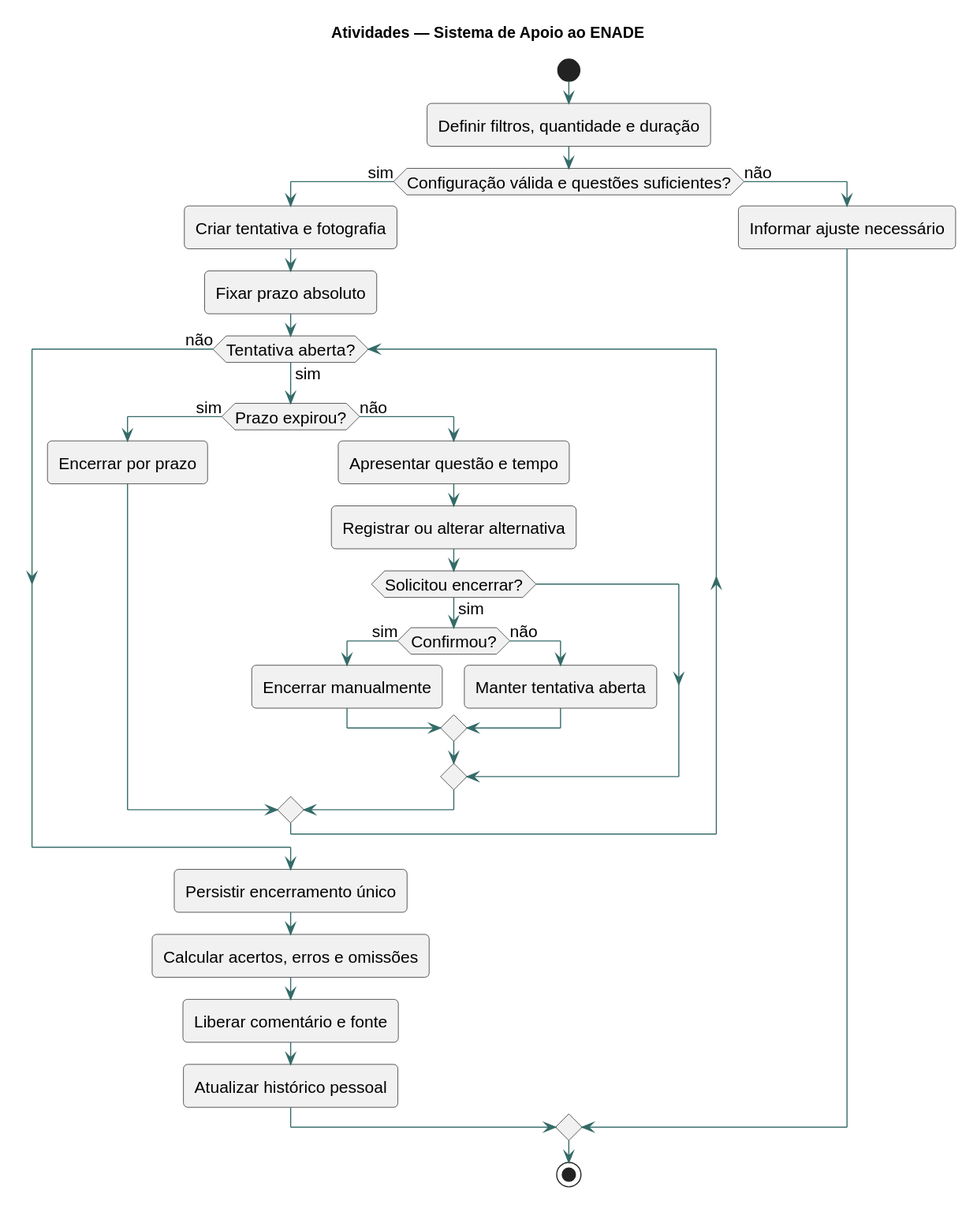
This is Requisitos/Artefatos/SistemaApoioENADE/UML/Atividades.svg from SamirMaia91/requisitos-20262--grupo2, a PlantUML export, as it was before one commit. The source it was exported from:
```plantuml
@startuml
skinparam backgroundColor #FFFFFF
skinparam defaultFontName SansSerif
skinparam defaultFontSize 15
skinparam shadowing false
skinparam ArrowColor #346B68
skinparam componentStyle uml2
skinparam roundcorner 8
skinparam classBackgroundColor #F1F7F6
skinparam usecaseBackgroundColor #F1F7F6
skinparam componentBackgroundColor #F1F7F6
skinparam nodeBackgroundColor #F1F7F6
skinparam sequenceMessageAlign center
title Atividades — Sistema de Apoio ao ENADE
start
:Definir filtros, quantidade e duração;
if (Configuração válida e questões suficientes?) then (sim)
 :Criar tentativa e fotografia;
 :Fixar prazo absoluto;
 while (Tentativa aberta?) is (sim)
  if (Prazo expirou?) then (sim)
   :Encerrar por prazo;
  else (não)
   :Apresentar questão e tempo;
   :Registrar ou alterar alternativa;
   if (Solicitou encerrar?) then (sim)
    if (Confirmou?) then (sim)
     :Encerrar manualmente;
    else (não)
     :Manter tentativa aberta;
    endif
   endif
  endif
 endwhile (não)
 :Persistir encerramento único;
 :Calcular acertos, erros e omissões;
 :Liberar comentário e fonte;
 :Atualizar histórico pessoal;
else (não)
 :Informar ajuste necessário;
endif
stop
@enduml
```
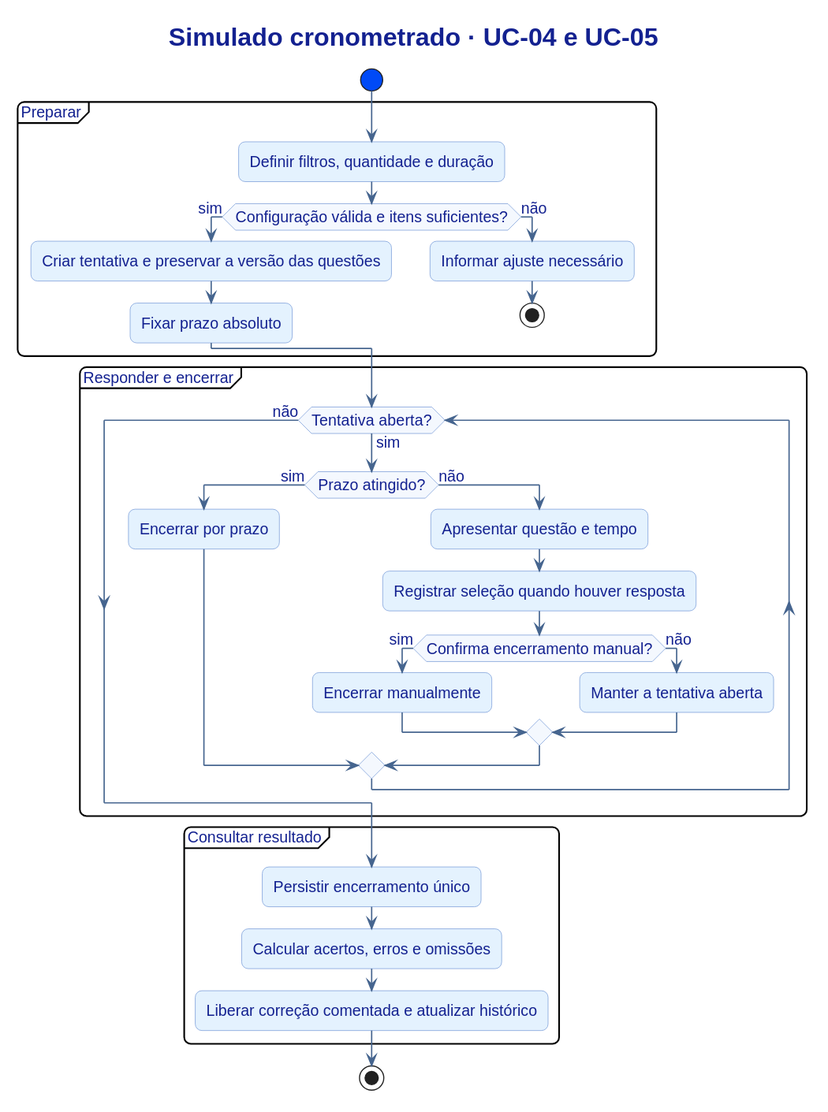
Later version of the same file.

The edit, as a diff of the source:
```diff
@@ -1,43 +1,77 @@
 @startuml
 skinparam backgroundColor #FFFFFF
-skinparam defaultFontName SansSerif
-skinparam defaultFontSize 15
+skinparam defaultFontName Arial
+skinparam defaultFontSize 14
+skinparam defaultFontColor #132190
+skinparam titleFontColor #132190
+skinparam titleFontSize 23
 skinparam shadowing false
-skinparam ArrowColor #346B68
-skinparam componentStyle uml2
-skinparam roundcorner 8
-skinparam classBackgroundColor #F1F7F6
-skinparam usecaseBackgroundColor #F1F7F6
-skinparam componentBackgroundColor #F1F7F6
-skinparam nodeBackgroundColor #F1F7F6
+skinparam ArrowColor #46658F
+skinparam ArrowThickness 1.2
+skinparam roundcorner 12
+skinparam BorderColor #87A8DE
+skinparam actorBorderColor #132190
+skinparam actorFontColor #132190
+skinparam actorBackgroundColor #E4F2FE
+skinparam packageBorderColor #87A8DE
+skinparam packageBackgroundColor #F7FAFF
+skinparam rectangleBorderColor #87A8DE
+skinparam rectangleBackgroundColor #FFFFFF
+skinparam usecaseBorderColor #7096D6
+skinparam usecaseBackgroundColor #E4F2FE
+skinparam classBackgroundColor #F4F8FE
+skinparam classBorderColor #7096D6
+skinparam componentBackgroundColor #E4F2FE
+skinparam componentBorderColor #7096D6
+skinparam nodeBackgroundColor #F4F8FE
+skinparam nodeBorderColor #7096D6
+skinparam databaseBackgroundColor #E4F2FE
+skinparam databaseBorderColor #7096D6
+skinparam noteBackgroundColor #F7FAFF
+skinparam noteBorderColor #87A8DE
+skinparam sequenceGroupBorderColor #87A8DE
+skinparam sequenceGroupBackgroundColor #E4F2FE
+skinparam sequenceLifeLineBorderColor #87A8DE
+skinparam sequenceParticipantBorderColor #7096D6
+skinparam sequenceParticipantBackgroundColor #E4F2FE
 skinparam sequenceMessageAlign center
-title Atividades — Sistema de Apoio ao ENADE
+skinparam activityBackgroundColor #E4F2FE
+skinparam activityBorderColor #7096D6
+skinparam activityDiamondBackgroundColor #F4F8FE
+skinparam activityDiamondBorderColor #7096D6
+skinparam activityStartColor #004AF7
+skinparam activityEndColor #132190
+title Simulado cronometrado · UC-04 e UC-05
 start
-:Definir filtros, quantidade e duração;
-if (Configuração válida e questões suficientes?) then (sim)
- :Criar tentativa e fotografia;
- :Fixar prazo absoluto;
+partition "Preparar" {
+ :Definir filtros, quantidade e duração;
+ if (Configuração válida e itens suficientes?) then (sim)
+  :Criar tentativa e preservar a versão das questões;
+  :Fixar prazo absoluto;
+ else (não)
+  :Informar ajuste necessário;
+  stop
+ endif
+}
+partition "Responder e encerrar" {
  while (Tentativa aberta?) is (sim)
-  if (Prazo expirou?) then (sim)
+  if (Prazo atingido?) then (sim)
    :Encerrar por prazo;
   else (não)
    :Apresentar questão e tempo;
-   :Registrar ou alterar alternativa;
-   if (Solicitou encerrar?) then (sim)
-    if (Confirmou?) then (sim)
-     :Encerrar manualmente;
-    else (não)
-     :Manter tentativa aberta;
-    endif
+   :Registrar seleção quando houver resposta;
+   if (Confirma encerramento manual?) then (sim)
+    :Encerrar manualmente;
+   else (não)
+    :Manter a tentativa aberta;
    endif
   endif
  endwhile (não)
+}
+partition "Consultar resultado" {
  :Persistir encerramento único;
  :Calcular acertos, erros e omissões;
- :Liberar comentário e fonte;
- :Atualizar histórico pessoal;
-else (não)
- :Informar ajuste necessário;
-endif
+ :Liberar correção comentada e atualizar histórico;
+}
 stop
 @enduml
```
